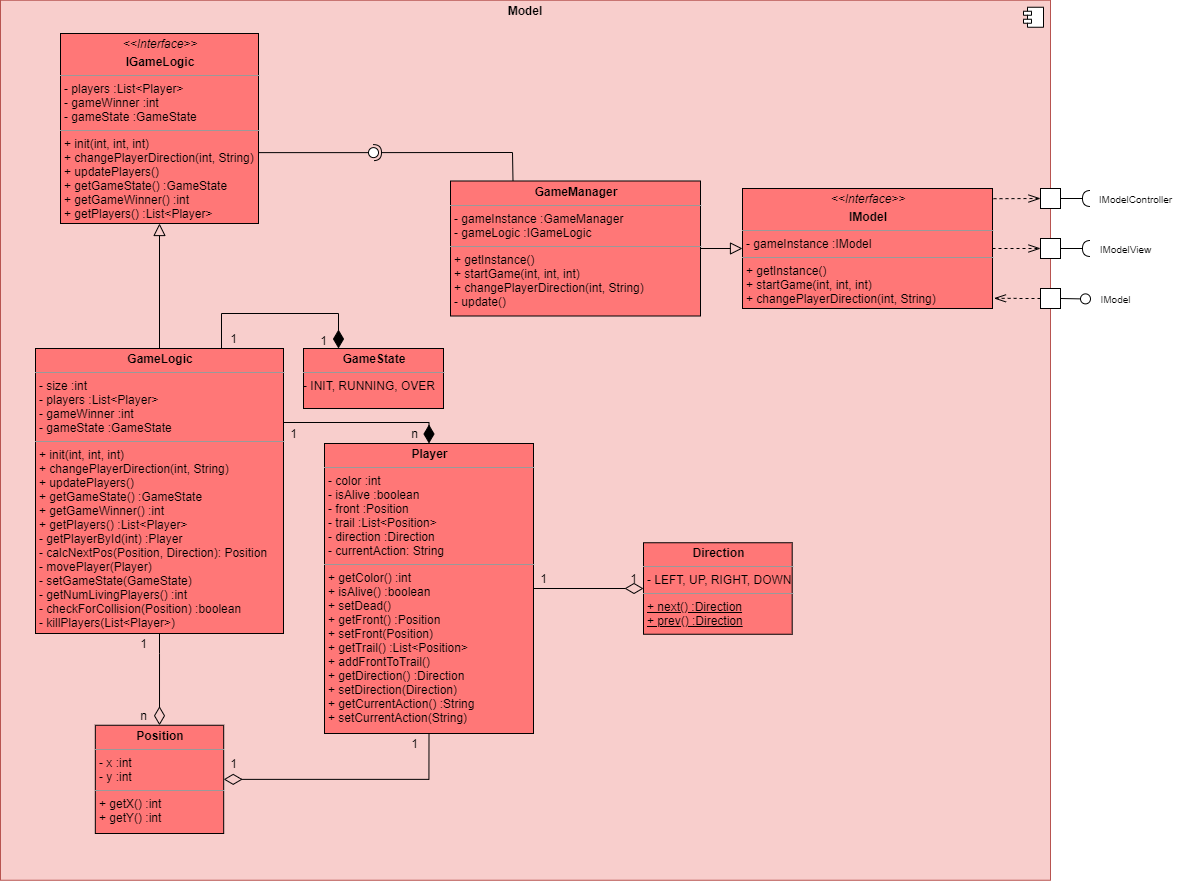
Before: Doku/images/Model_Ebene3_Refactor.png, a diagram exported from draw.io (KjellooMelloo/gameoftrons). Source tidied: cells renumbered, new cells last; positions are measured from the earlier drawing's top-left corner, leaving out a move shared by most shapes.
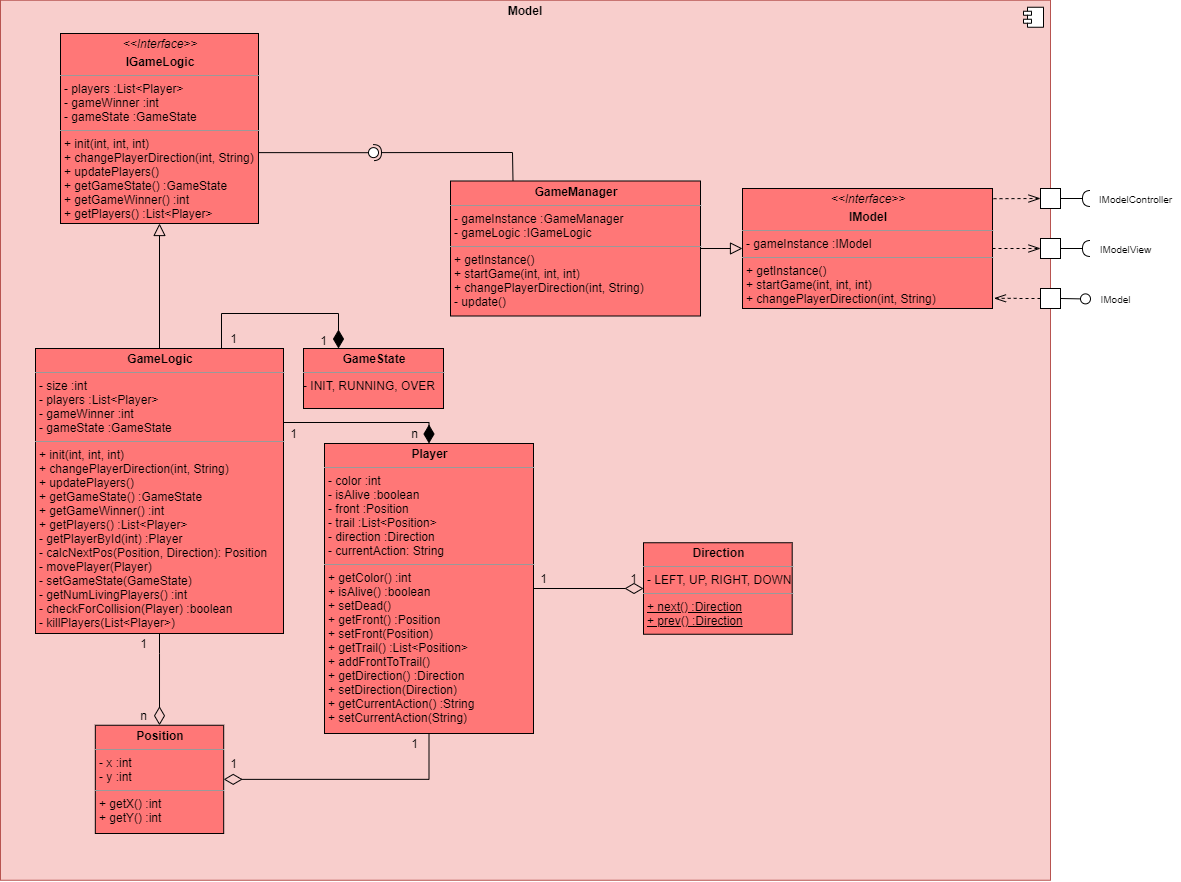
Later version of the same file.

Commit message:
added every method signature + comments; 2 small updates in diagrams

Diff of the diagram source:
```diff
@@ -37,7 +37,7 @@
     <mxCell id="9" style="edgeStyle=orthogonalEdgeStyle;rounded=0;jettySize=auto;html=1;entryX=0.5;entryY=1;entryDx=0;entryDy=0;endArrow=block;endFill=0;endSize=10;" parent="1" edge="1" source="10" target="32">
       <mxGeometry relative="1" as="geometry" />
     </mxCell>
-    <mxCell id="10" value="&lt;p style=&quot;margin: 0px ; margin-top: 4px ; text-align: center&quot;&gt;&lt;b&gt;GameLogic&lt;/b&gt;&lt;/p&gt;&lt;hr size=&quot;1&quot;&gt;&lt;p style=&quot;margin: 0px ; margin-left: 4px&quot;&gt;- size :int&lt;/p&gt;&lt;p style=&quot;margin: 0px ; margin-left: 4px&quot;&gt;- players :List&amp;lt;Player&amp;gt;&lt;/p&gt;&lt;p style=&quot;margin: 0px 0px 0px 4px&quot;&gt;&lt;span&gt;- gameWinner :int&lt;/span&gt;&lt;br&gt;&lt;/p&gt;&lt;p style=&quot;margin: 0px ; margin-left: 4px&quot;&gt;- gameState :GameState&lt;/p&gt;&lt;hr size=&quot;1&quot;&gt;&lt;p style=&quot;margin: 0px ; margin-left: 4px&quot;&gt;&lt;span&gt;+ init(int, int, int)&lt;/span&gt;&lt;/p&gt;&lt;p style=&quot;margin: 0px ; margin-left: 4px&quot;&gt;&lt;span&gt;+ changePlayerDirection(int, String)&lt;/span&gt;&lt;br&gt;&lt;/p&gt;&lt;p style=&quot;margin: 0px ; margin-left: 4px&quot;&gt;&lt;span&gt;+ updatePlayers()&lt;/span&gt;&lt;/p&gt;&lt;p style=&quot;margin: 0px ; margin-left: 4px&quot;&gt;&lt;span&gt;+ getGameState() :GameState&lt;/span&gt;&lt;br&gt;&lt;/p&gt;&lt;p style=&quot;margin: 0px ; margin-left: 4px&quot;&gt;&lt;span&gt;+ getGameWinner() :int&lt;/span&gt;&lt;/p&gt;&lt;p style=&quot;margin: 0px ; margin-left: 4px&quot;&gt;+ getPlayers() :List&amp;lt;Player&amp;gt;&lt;/p&gt;&lt;p style=&quot;margin: 0px ; margin-left: 4px&quot;&gt;&lt;span&gt;- getPlayerById(int) :Player&lt;/span&gt;&lt;br&gt;&lt;/p&gt;&lt;p style=&quot;margin: 0px ; margin-left: 4px&quot;&gt;- calcNextPos(Position, Direction): Position&lt;/p&gt;&lt;p style=&quot;margin: 0px ; margin-left: 4px&quot;&gt;- movePlayer(Player)&lt;/p&gt;&lt;p style=&quot;margin: 0px ; margin-left: 4px&quot;&gt;- setGameState(GameState)&lt;/p&gt;&lt;p style=&quot;margin: 0px 0px 0px 4px&quot;&gt;- getNumLivingPlayers() :int&lt;/p&gt;&lt;p style=&quot;margin: 0px 0px 0px 4px&quot;&gt;- checkForCollision(Position) :boolean&lt;/p&gt;&lt;p style=&quot;margin: 0px 0px 0px 4px&quot;&gt;- killPlayers(List&amp;lt;Player&amp;gt;)&lt;/p&gt;" style="verticalAlign=top;align=left;overflow=fill;fontSize=12;fontFamily=Helvetica;html=1;fillColor=#FF7777;strokeColor=#000000;" parent="1" vertex="1">
+    <mxCell id="10" value="&lt;p style=&quot;margin: 0px ; margin-top: 4px ; text-align: center&quot;&gt;&lt;b&gt;GameLogic&lt;/b&gt;&lt;/p&gt;&lt;hr size=&quot;1&quot;&gt;&lt;p style=&quot;margin: 0px ; margin-left: 4px&quot;&gt;- size :int&lt;/p&gt;&lt;p style=&quot;margin: 0px ; margin-left: 4px&quot;&gt;- players :List&amp;lt;Player&amp;gt;&lt;/p&gt;&lt;p style=&quot;margin: 0px 0px 0px 4px&quot;&gt;&lt;span&gt;- gameWinner :int&lt;/span&gt;&lt;br&gt;&lt;/p&gt;&lt;p style=&quot;margin: 0px ; margin-left: 4px&quot;&gt;- gameState :GameState&lt;/p&gt;&lt;hr size=&quot;1&quot;&gt;&lt;p style=&quot;margin: 0px ; margin-left: 4px&quot;&gt;&lt;span&gt;+ init(int, int, int)&lt;/span&gt;&lt;/p&gt;&lt;p style=&quot;margin: 0px ; margin-left: 4px&quot;&gt;&lt;span&gt;+ changePlayerDirection(int, String)&lt;/span&gt;&lt;br&gt;&lt;/p&gt;&lt;p style=&quot;margin: 0px ; margin-left: 4px&quot;&gt;&lt;span&gt;+ updatePlayers()&lt;/span&gt;&lt;/p&gt;&lt;p style=&quot;margin: 0px ; margin-left: 4px&quot;&gt;&lt;span&gt;+ getGameState() :GameState&lt;/span&gt;&lt;br&gt;&lt;/p&gt;&lt;p style=&quot;margin: 0px ; margin-left: 4px&quot;&gt;&lt;span&gt;+ getGameWinner() :int&lt;/span&gt;&lt;/p&gt;&lt;p style=&quot;margin: 0px ; margin-left: 4px&quot;&gt;+ getPlayers() :List&amp;lt;Player&amp;gt;&lt;/p&gt;&lt;p style=&quot;margin: 0px ; margin-left: 4px&quot;&gt;&lt;span&gt;- getPlayerById(int) :Player&lt;/span&gt;&lt;br&gt;&lt;/p&gt;&lt;p style=&quot;margin: 0px ; margin-left: 4px&quot;&gt;- calcNextPos(Position, Direction): Position&lt;/p&gt;&lt;p style=&quot;margin: 0px ; margin-left: 4px&quot;&gt;- movePlayer(Player)&lt;/p&gt;&lt;p style=&quot;margin: 0px ; margin-left: 4px&quot;&gt;- setGameState(GameState)&lt;/p&gt;&lt;p style=&quot;margin: 0px 0px 0px 4px&quot;&gt;- getNumLivingPlayers() :int&lt;/p&gt;&lt;p style=&quot;margin: 0px 0px 0px 4px&quot;&gt;- checkForCollision(Player) :boolean&lt;/p&gt;&lt;p style=&quot;margin: 0px 0px 0px 4px&quot;&gt;- killPlayers(List&amp;lt;Player&amp;gt;)&lt;/p&gt;" style="verticalAlign=top;align=left;overflow=fill;fontSize=12;fontFamily=Helvetica;html=1;fillColor=#FF7777;strokeColor=#000000;" parent="1" vertex="1">
       <mxGeometry x="35" y="348" width="248" height="285" as="geometry" />
     </mxCell>
     <mxCell id="11" style="endArrow=diamondThin;endSize=16;endFill=1;shadow=0;strokeWidth=1;rounded=0;edgeStyle=elbowEdgeStyle;elbow=vertical;entryX=0.5;entryY=0;entryDx=0;entryDy=0;" parent="1" edge="1" target="13">
```
